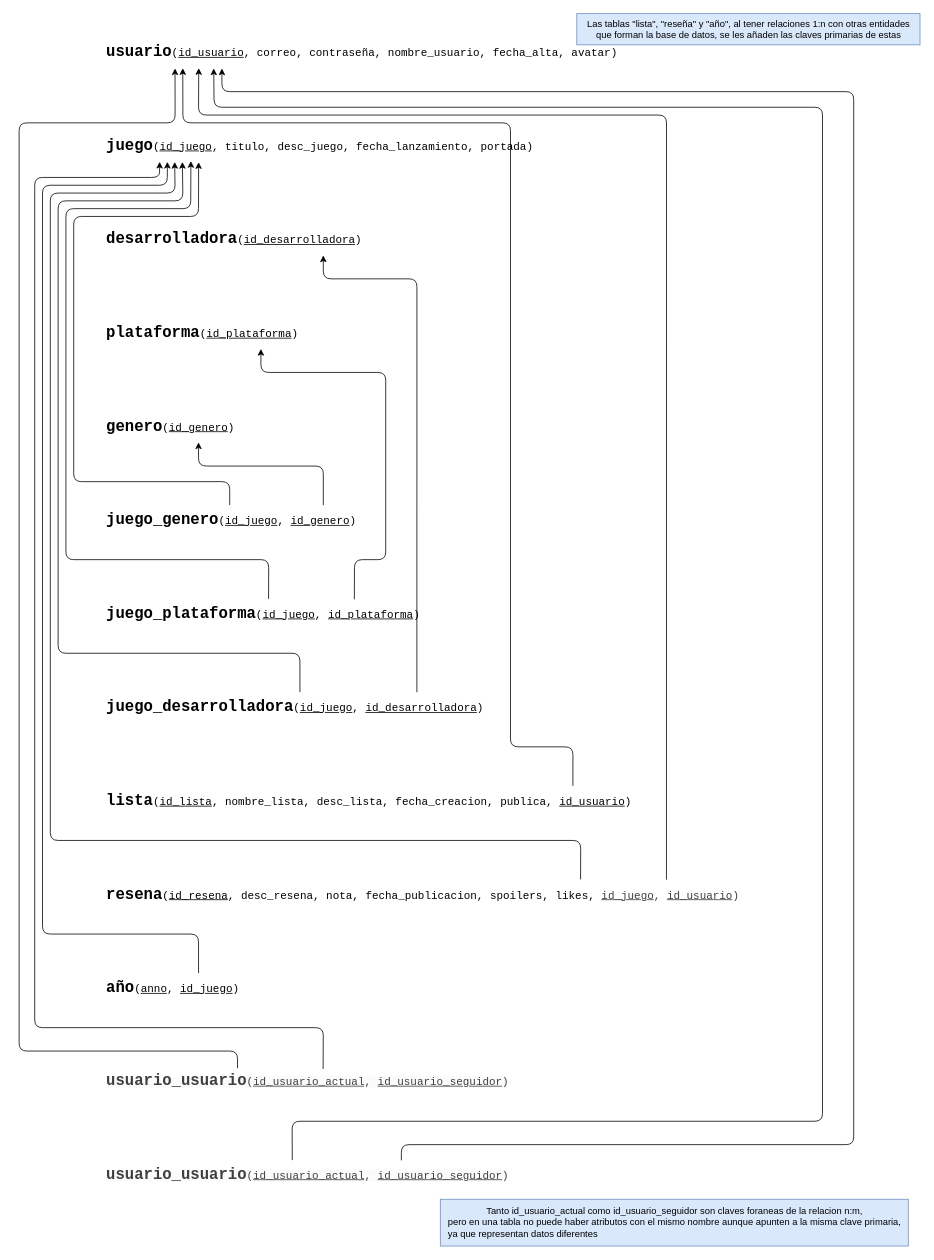
Earlier version of the draw.io diagram docs/tablas.drawio (rodriss11sr/MemoryCard). Source tidied: cells renumbered, new cells numbered last; positions are measured from the earlier drawing's top-left corner, leaving out a move shared by most shapes. Both pictures are drawn from the tidied source at 78%, with x=0, y=0 at pixel (19, 13).
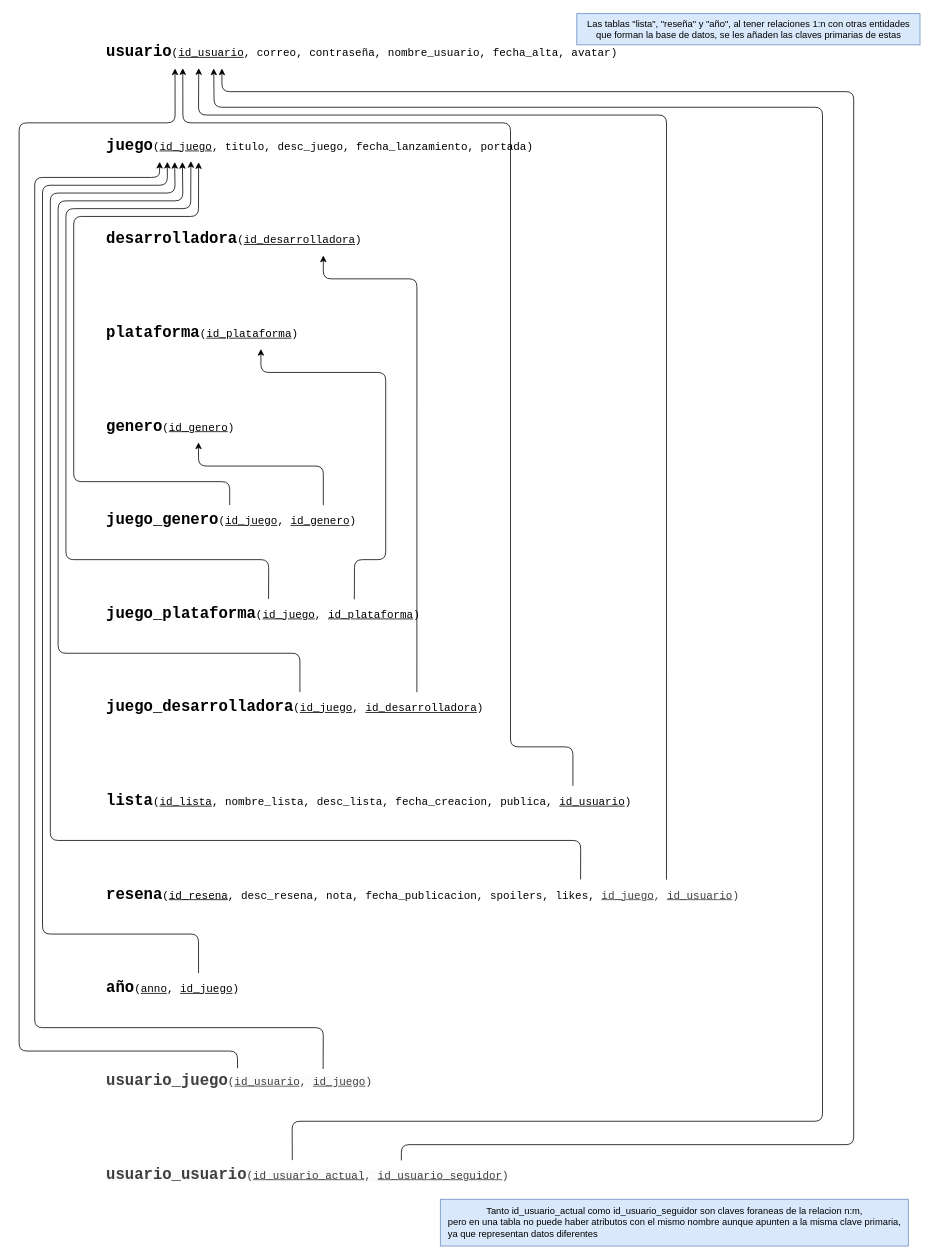
Above is the later version.

What changed in the source:
```diff
@@
-    <mxCell id="29" value="&lt;b style=&quot;forced-color-adjust: none; color: rgb(63, 63, 63); scrollbar-color: rgb(226, 226, 226) rgb(251, 251, 251); font-family: Consolas, &amp;quot;Courier New&amp;quot;, monospace; font-size: 12px; font-style: normal; font-variant-ligatures: normal; font-variant-caps: normal; letter-spacing: normal; orphans: 2; text-align: left; text-indent: 0px; text-transform: none; widows: 2; word-spacing: 0px; -webkit-text-stroke-width: 0px; white-space: pre; background-color: rgb(251, 251, 251); text-decoration-thickness: initial; text-decoration-style: initial; text-decoration-color: initial;&quot;&gt;&lt;font style=&quot;forced-color-adjust: none; color: rgb(63, 63, 63); scrollbar-color: rgb(226, 226, 226) rgb(251, 251, 251); font-size: 20px;&quot;&gt;usuario_usuario&lt;/font&gt;&lt;/b&gt;&lt;span style=&quot;forced-color-adjust: none; color: rgb(63, 63, 63); scrollbar-color: rgb(226, 226, 226) rgb(251, 251, 251); font-family: Consolas, &amp;quot;Courier New&amp;quot;, monospace; font-style: normal; font-variant-ligatures: normal; font-variant-caps: normal; font-weight: 400; letter-spacing: normal; orphans: 2; text-align: left; text-indent: 0px; text-transform: none; widows: 2; word-spacing: 0px; -webkit-text-stroke-width: 0px; white-space: pre; background-color: rgb(251, 251, 251); text-decoration-thickness: initial; text-decoration-style: initial; text-decoration-color: initial; font-size: 14px;&quot;&gt;(&lt;/span&gt;&lt;span style=&quot;forced-color-adjust: none; color: rgb(63, 63, 63); scrollbar-color: rgb(226, 226, 226) rgb(251, 251, 251); font-family: Consolas, &amp;quot;Courier New&amp;quot;, monospace; font-style: normal; font-variant-ligatures: normal; font-variant-caps: normal; font-weight: 400; letter-spacing: normal; orphans: 2; text-align: left; text-indent: 0px; text-transform: none; widows: 2; word-spacing: 0px; -webkit-text-stroke-width: 0px; white-space: pre; background-color: rgb(251, 251, 251); text-decoration-thickness: initial; text-decoration-style: initial; text-decoration-color: initial; font-size: 14px;&quot;&gt;&lt;u style=&quot;forced-color-adjust: none; color: rgb(63, 63, 63); scrollbar-color: rgb(226, 226, 226) rgb(251, 251, 251);&quot;&gt;id_usuario_actual&lt;/u&gt;&lt;/span&gt;&lt;span style=&quot;forced-color-adjust: none; color: rgb(63, 63, 63); scrollbar-color: rgb(226, 226, 226) rgb(251, 251, 251); font-family: Consolas, &amp;quot;Courier New&amp;quot;, monospace; font-style: normal; font-variant-ligatures: normal; font-variant-caps: normal; font-weight: 400; letter-spacing: normal; orphans: 2; text-align: left; text-indent: 0px; text-transform: none; widows: 2; word-spacing: 0px; -webkit-text-stroke-width: 0px; white-space: pre; background-color: rgb(251, 251, 251); text-decoration-thickness: initial; text-decoration-style: initial; text-decoration-color: initial; font-size: 14px;&quot;&gt;, &lt;u style=&quot;forced-color-adjust: none; color: rgb(63, 63, 63); scrollbar-color: rgb(226, 226, 226) rgb(251, 251, 251);&quot;&gt;id_usuario_seguidor&lt;/u&gt;)&lt;/span&gt;" style="text;whiteSpace=wrap;html=1;" parent="1" vertex="1">
+    <mxCell id="29" value="&lt;b style=&quot;forced-color-adjust: none; color: rgb(63, 63, 63); scrollbar-color: rgb(226, 226, 226) rgb(251, 251, 251); font-family: Consolas, &amp;quot;Courier New&amp;quot;, monospace; font-size: 12px; font-style: normal; font-variant-ligatures: normal; font-variant-caps: normal; letter-spacing: normal; orphans: 2; text-align: left; text-indent: 0px; text-transform: none; widows: 2; word-spacing: 0px; -webkit-text-stroke-width: 0px; white-space: pre; background-color: rgb(251, 251, 251); text-decoration-thickness: initial; text-decoration-style: initial; text-decoration-color: initial;&quot;&gt;&lt;font style=&quot;forced-color-adjust: none; color: rgb(63, 63, 63); scrollbar-color: rgb(226, 226, 226) rgb(251, 251, 251); font-size: 20px;&quot;&gt;usuario_juego&lt;/font&gt;&lt;/b&gt;&lt;span style=&quot;scrollbar-color: rgb(226, 226, 226) rgb(251, 251, 251); font-family: Consolas, &amp;quot;Courier New&amp;quot;, monospace; white-space: pre; background-color: rgb(251, 251, 251); font-size: 14px; color: rgb(63, 63, 63);&quot;&gt;(&lt;/span&gt;&lt;span style=&quot;scrollbar-color: rgb(226, 226, 226) rgb(251, 251, 251); font-family: Consolas, &amp;quot;Courier New&amp;quot;, monospace; white-space: pre; background-color: rgb(251, 251, 251); font-size: 14px; color: rgb(63, 63, 63);&quot;&gt;&lt;u style=&quot;scrollbar-color: rgb(226, 226, 226) rgb(251, 251, 251); color: rgb(63, 63, 63);&quot;&gt;id_usuario&lt;/u&gt;&lt;/span&gt;&lt;span style=&quot;scrollbar-color: rgb(226, 226, 226) rgb(251, 251, 251); font-family: Consolas, &amp;quot;Courier New&amp;quot;, monospace; white-space: pre; background-color: rgb(251, 251, 251); font-size: 14px; color: rgb(63, 63, 63);&quot;&gt;, &lt;u style=&quot;scrollbar-color: rgb(226, 226, 226) rgb(251, 251, 251); color: rgb(63, 63, 63);&quot;&gt;id_juego&lt;/u&gt;)&lt;/span&gt;" style="text;whiteSpace=wrap;html=1;" parent="1" vertex="1">
       <mxGeometry x="110" y="1350" width="520" height="50" as="geometry" />
     </mxCell>
```
